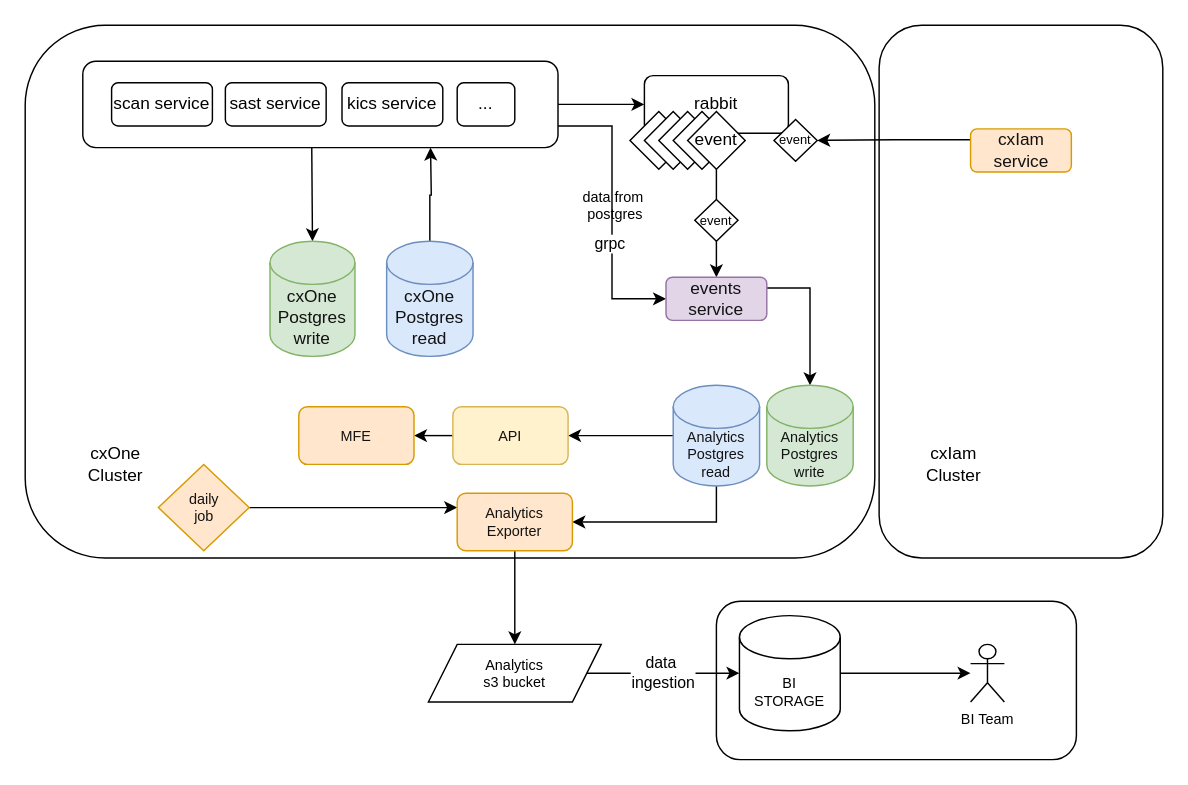
Earlier version of the draw.io diagram diagrams/main.drawio (CheckmarxDev/ast-analytics-documentation). Source tidied: cells renumbered, new cells numbered last; positions are measured from the earlier drawing's top-left corner, leaving out a move shared by most shapes. Both pictures are drawn from the tidied source at 144%, with x=0, y=0 at pixel (24, 24).
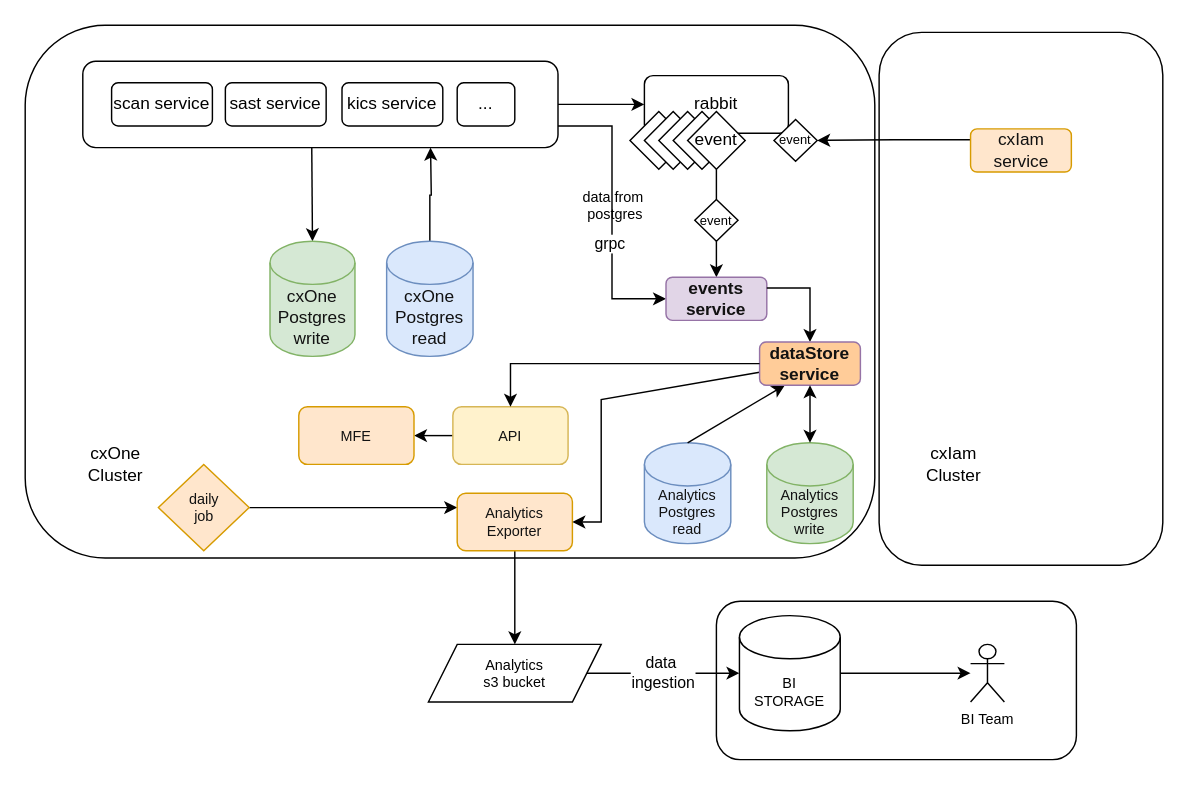
The same diagram, later.

Commit message (it also covers changes not shown here):
Update Service Diagram

Unchanged cells that the change refers to:
```xml
<mxCell id="26" value="API" style="rounded=1;whiteSpace=wrap;html=1;fontSize=10;fillColor=#fff2cc;strokeColor=#d6b656;fontColor=#121212;" parent="1" vertex="1">
  <mxGeometry x="297" y="265" width="80" height="40" as="geometry" />
</mxCell>
<mxCell id="46" value="Analytics&lt;br&gt;Exporter" style="rounded=1;whiteSpace=wrap;html=1;fontSize=10;fillColor=#ffe6cc;strokeColor=#d79b00;fontColor=#121212;" parent="1" vertex="1">
  <mxGeometry x="300" y="325" width="80" height="40" as="geometry" />
</mxCell>
```

Change to the diagram source:
```diff
@@
-    <mxCell id="19" style="edgeStyle=orthogonalEdgeStyle;rounded=0;jettySize=auto;html=1;exitX=1;exitY=0.25;exitDx=0;exitDy=0;entryX=0.5;entryY=0;entryDx=0;entryDy=0;entryPerimeter=0;" parent="1" edge="1" source="20" target="40">
-      <mxGeometry relative="1" as="geometry" />
-    </mxCell>
-    <mxCell id="20" value="events&lt;br&gt;service" style="rounded=1;whiteSpace=wrap;html=1;fillColor=#e1d5e7;strokeColor=#9673a6;fontColor=#121212;" parent="1" vertex="1">
+    <mxCell id="20" value="events&lt;br&gt;service" style="rounded=1;whiteSpace=wrap;html=1;fillColor=#e1d5e7;strokeColor=#9673a6;fontColor=#121212;shadow=0;glass=0;fontStyle=1;" parent="1" vertex="1">
       <mxGeometry x="445" y="175" width="70" height="30" as="geometry" />
     </mxCell>
@@
-    <mxCell id="22" style="edgeStyle=orthogonalEdgeStyle;rounded=0;jettySize=auto;html=1;exitX=0;exitY=0.5;exitDx=0;exitDy=0;exitPerimeter=0;entryX=1;entryY=0.5;entryDx=0;entryDy=0;fontSize=10;" parent="1" edge="1" source="24" target="26">
-      <mxGeometry relative="1" as="geometry" />
-    </mxCell>
-    <mxCell id="23" style="edgeStyle=orthogonalEdgeStyle;rounded=0;jettySize=auto;html=1;exitX=0.5;exitY=1;exitDx=0;exitDy=0;exitPerimeter=0;entryX=1;entryY=0.5;entryDx=0;entryDy=0;" parent="1" edge="1" source="24" target="46">
-      <mxGeometry relative="1" as="geometry" />
-    </mxCell>
     <mxCell id="24" value="Analytics&lt;br&gt;Postgres&lt;br&gt;read" style="shape=cylinder3;whiteSpace=wrap;html=1;boundedLbl=1;backgroundOutline=1;size=15;fontSize=10;fillColor=#dae8fc;strokeColor=#6c8ebf;fontColor=#121212;" parent="1" vertex="1">
-      <mxGeometry x="450" y="250" width="60" height="70" as="geometry" />
+      <mxGeometry x="430" y="290" width="60" height="70" as="geometry" />
     </mxCell>
@@
     <mxCell id="33" style="rounded=1;whiteSpace=wrap;html=1;" parent="1" vertex="1">
-      <mxGeometry x="593" width="197" height="370" as="geometry" />
+      <mxGeometry x="593" y="5" width="197" height="370" as="geometry" />
     </mxCell>
@@
     <mxCell id="40" value="Analytics&lt;br&gt;Postgres&lt;br&gt;write" style="shape=cylinder3;whiteSpace=wrap;html=1;boundedLbl=1;backgroundOutline=1;size=15;fontSize=10;fillColor=#d5e8d4;strokeColor=#82b366;fontColor=#121212;" parent="1" vertex="1">
-      <mxGeometry x="515" y="250" width="60" height="70" as="geometry" />
+      <mxGeometry x="515" y="290" width="60" height="70" as="geometry" />
     </mxCell>
@@
+    <mxCell id="50" style="endArrow=classic;html=1;rounded=0;" parent="1" edge="1" source="53" target="46">
+      <mxGeometry relative="1" as="geometry">
+        <Array as="points">
+          <mxPoint x="400" y="260" />
+          <mxPoint x="400" y="345" />
+        </Array>
+      </mxGeometry>
+    </mxCell>
+    <mxCell id="51" style="endArrow=classic;html=1;rounded=0;exitX=0.5;exitY=0;exitDx=0;exitDy=0;exitPerimeter=0;entryX=0.25;entryY=1;entryDx=0;entryDy=0;" parent="1" edge="1" source="24" target="53">
+      <mxGeometry relative="1" as="geometry" />
+    </mxCell>
+    <mxCell id="52" style="edgeStyle=orthogonalEdgeStyle;rounded=0;jettySize=auto;html=1;exitX=1;exitY=0.25;exitDx=0;exitDy=0;entryX=0.5;entryY=0;entryDx=0;entryDy=0;entryPerimeter=0;" parent="1" edge="1" source="20" target="53">
+      <mxGeometry relative="1" as="geometry" />
+    </mxCell>
+    <mxCell id="53" value="dataStore&lt;br&gt;service" style="rounded=1;whiteSpace=wrap;html=1;fillColor=#FFCC99;strokeColor=#9673a6;fontColor=#121212;fontStyle=1;" parent="1" vertex="1">
+      <mxGeometry x="510" y="220" width="70" height="30" as="geometry" />
+    </mxCell>
+    <mxCell id="54" style="endArrow=classic;startArrow=classic;html=1;rounded=0;" parent="1" edge="1" source="40" target="53">
+      <mxGeometry relative="1" as="geometry" />
+    </mxCell>
+    <mxCell id="55" style="endArrow=classic;html=1;rounded=0;entryX=0.5;entryY=0;entryDx=0;entryDy=0;exitX=0;exitY=0.5;exitDx=0;exitDy=0;" parent="1" edge="1" source="53" target="26">
+      <mxGeometry relative="1" as="geometry">
+        <Array as="points">
+          <mxPoint x="337" y="235" />
+        </Array>
+      </mxGeometry>
+    </mxCell>
```
